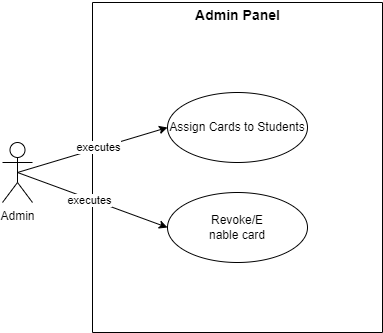
Earlier version of the draw.io export Project Real-Time Bus ID Verification and Tracking/DOCUMENTATION/UseCaseDiagrams/BusCardManagement.drawio.png (Abubakar-doc/FYP-24-SE-A-204). Source tidied: cells renumbered, new cells last; positions are measured from the earlier drawing's top-left corner, leaving out a move shared by most shapes.
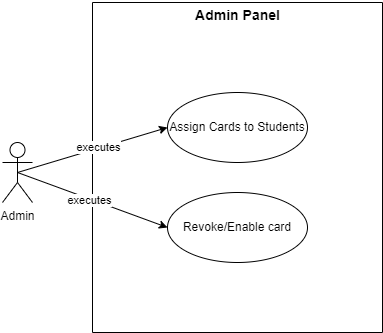
After the change.

Diff of the diagram source:
```diff
@@ -8,7 +8,7 @@
     <mxCell id="3" value="Assign Cards to Students" style="ellipse;whiteSpace=wrap;html=1;" parent="2" vertex="1">
       <mxGeometry x="75" y="90" width="140" height="70" as="geometry" />
     </mxCell>
-    <mxCell id="4" value="Revoke/E&lt;div&gt;nable card&lt;/div&gt;" style="ellipse;whiteSpace=wrap;html=1;" parent="2" vertex="1">
+    <mxCell id="4" value="Revoke/E&lt;span style=&quot;background-color: initial;&quot;&gt;nable card&lt;/span&gt;" style="ellipse;whiteSpace=wrap;html=1;" parent="2" vertex="1">
       <mxGeometry x="75" y="190" width="140" height="70" as="geometry" />
     </mxCell>
     <mxCell id="5" value="&lt;b&gt;&lt;font style=&quot;font-size: 14px;&quot;&gt;Admin Panel&lt;/font&gt;&lt;/b&gt;" style="text;html=1;align=center;verticalAlign=middle;strokeColor=none;fillColor=none;" parent="2" vertex="1">
```
